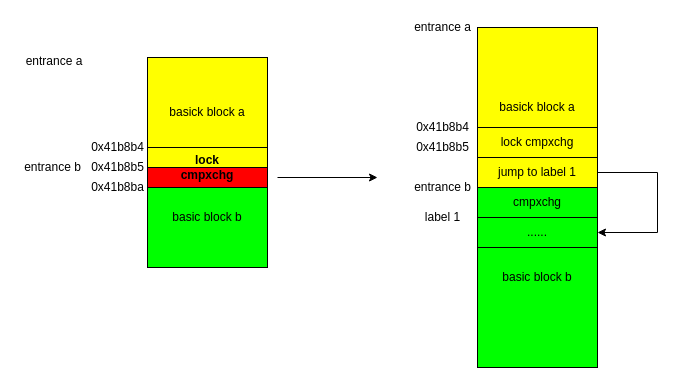
The draw.io diagram page "Page-7" (9 of 51) of lajit.drawio in ganjue66da/ganjue66da, before the edit. Source tidied: cells renumbered, new cells numbered last; positions are measured from the earlier drawing's top-left corner, leaving out a move shared by most shapes. Both pictures are drawn from the tidied source at 100%, with x=0, y=0 at pixel (17, 17).
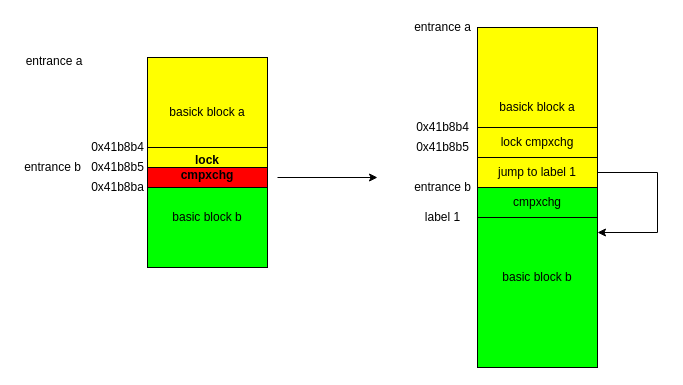
Above is the later version.

The change refers to these unchanged cells:
```xml
<mxCell id="13" value="jump to label 1" style="rounded=0;whiteSpace=wrap;html=1;fillColor=#FFFF00;" parent="1" vertex="1">
  <mxGeometry x="460" y="140" width="120" height="30" as="geometry" />
</mxCell>
<mxCell id="14" value="&lt;span&gt;basic block b&lt;/span&gt;" style="rounded=0;whiteSpace=wrap;html=1;fillColor=#00FF00;" parent="1" vertex="1">
  <mxGeometry x="460" y="170" width="120" height="180" as="geometry" />
</mxCell>
```

What changed in the source:
```diff
@@
-    <mxCell id="12" style="edgeStyle=orthogonalEdgeStyle;rounded=0;jettySize=auto;html=1;exitX=1;exitY=0.5;exitDx=0;exitDy=0;entryX=1;entryY=0.5;entryDx=0;entryDy=0;" parent="1" edge="1" source="13" target="16">
+    <mxCell id="12" style="edgeStyle=orthogonalEdgeStyle;rounded=0;jettySize=auto;html=1;exitX=1;exitY=0.5;exitDx=0;exitDy=0;entryX=1;entryY=0.25;entryDx=0;entryDy=0;" parent="1" edge="1" source="13" target="14">
       <mxGeometry relative="1" as="geometry">
         <Array as="points">
           <mxPoint x="640" y="155" />
           <mxPoint x="640" y="215" />
         </Array>
       </mxGeometry>
     </mxCell>
@@
-    <mxCell id="16" value="......" style="rounded=0;whiteSpace=wrap;html=1;fillColor=#00FF00;" parent="1" vertex="1">
-      <mxGeometry x="460" y="200" width="120" height="30" as="geometry" />
-    </mxCell>
```
